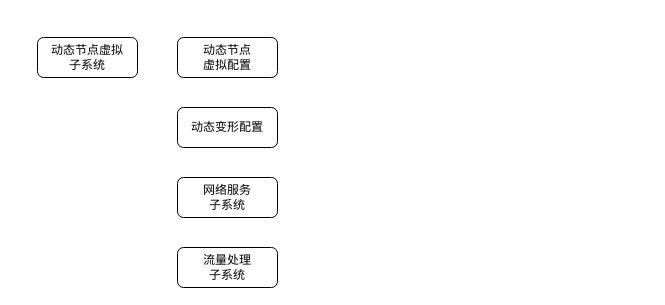
This is 管理平台子系统信息流程图.drawio from qiuqiu1234/my-test-pro, a draw.io file, before an edit. Source tidied: cells renumbered, new cells numbered last; positions are measured from the earlier drawing's top-left corner, leaving out a move shared by most shapes. Both pictures are drawn from the tidied source at 100%, with x=0, y=0 at pixel (37, 37).
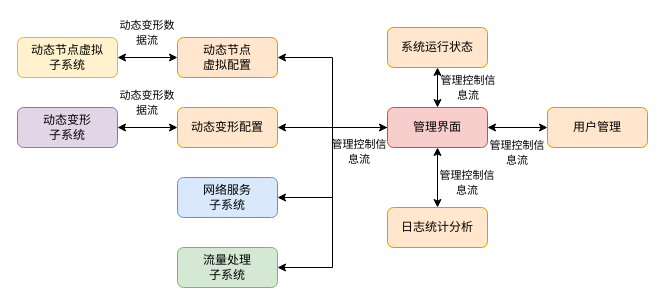
The same page after the edit.

Commit message (it also covers changes not shown here):
更新管理平台子系统信息流程图.drawio

Diff of the diagram source:
```diff
@@
-    <mxCell id="2" value="动态节点虚拟&lt;br&gt;子系统" style="rounded=1;whiteSpace=wrap;html=1;" parent="1" vertex="1">
-      <mxGeometry width="100" height="40" as="geometry" />
+    <mxCell id="2" value="动态节点虚拟&lt;br&gt;子系统" style="rounded=1;whiteSpace=wrap;html=1;fillColor=#fff2cc;strokeColor=#d6b656;" parent="1" vertex="1">
+      <mxGeometry x="-20" width="100" height="40" as="geometry" />
     </mxCell>
-    <mxCell id="3" value="动态节点&lt;br&gt;虚拟配置" style="rounded=1;whiteSpace=wrap;html=1;" parent="1" vertex="1">
+    <mxCell id="3" value="动态节点&lt;br&gt;虚拟配置" style="rounded=1;whiteSpace=wrap;html=1;fillColor=#ffe6cc;strokeColor=#d79b00;" parent="1" vertex="1">
       <mxGeometry x="140" width="100" height="40" as="geometry" />
     </mxCell>
-    <mxCell id="4" value="动态变形配置" style="rounded=1;whiteSpace=wrap;html=1;" parent="1" vertex="1">
+    <mxCell id="4" value="动态变形配置" style="rounded=1;whiteSpace=wrap;html=1;fillColor=#ffe6cc;strokeColor=#d79b00;" parent="1" vertex="1">
       <mxGeometry x="140" y="70" width="100" height="40" as="geometry" />
     </mxCell>
-    <mxCell id="5" value="网络服务&lt;br&gt;子系统" style="rounded=1;whiteSpace=wrap;html=1;" parent="1" vertex="1">
+    <mxCell id="5" value="网络服务&lt;br&gt;子系统" style="rounded=1;whiteSpace=wrap;html=1;fillColor=#dae8fc;strokeColor=#6c8ebf;" parent="1" vertex="1">
       <mxGeometry x="140" y="140" width="100" height="40" as="geometry" />
     </mxCell>
-    <mxCell id="6" value="流量处理&lt;br&gt;子系统" style="rounded=1;whiteSpace=wrap;html=1;" parent="1" vertex="1">
+    <mxCell id="6" value="流量处理&lt;br&gt;子系统" style="rounded=1;whiteSpace=wrap;html=1;fillColor=#d5e8d4;strokeColor=#82b366;" parent="1" vertex="1">
       <mxGeometry x="140" y="210" width="100" height="40" as="geometry" />
     </mxCell>
+    <mxCell id="7" value="动态变形&lt;br&gt;子系统" style="rounded=1;whiteSpace=wrap;html=1;fillColor=#e1d5e7;strokeColor=#9673a6;" parent="1" vertex="1">
+      <mxGeometry x="-20" y="70" width="100" height="40" as="geometry" />
+    </mxCell>
+    <mxCell id="8" value="系统运行状态" style="rounded=1;whiteSpace=wrap;html=1;fillColor=#ffe6cc;strokeColor=#d79b00;" parent="1" vertex="1">
+      <mxGeometry x="350" y="-10" width="100" height="40" as="geometry" />
+    </mxCell>
+    <mxCell id="9" style="edgeStyle=orthogonalEdgeStyle;rounded=0;jettySize=auto;html=1;exitX=0;exitY=0.5;exitDx=0;exitDy=0;entryX=1;entryY=0.5;entryDx=0;entryDy=0;" parent="1" edge="1" source="12" target="3">
+      <mxGeometry relative="1" as="geometry" />
+    </mxCell>
+    <mxCell id="10" style="edgeStyle=orthogonalEdgeStyle;rounded=0;jettySize=auto;html=1;exitX=0;exitY=0.5;exitDx=0;exitDy=0;entryX=1;entryY=0.5;entryDx=0;entryDy=0;" parent="1" edge="1" source="12" target="5">
+      <mxGeometry relative="1" as="geometry" />
+    </mxCell>
+    <mxCell id="11" style="edgeStyle=orthogonalEdgeStyle;rounded=0;jettySize=auto;html=1;exitX=0;exitY=0.5;exitDx=0;exitDy=0;entryX=1;entryY=0.5;entryDx=0;entryDy=0;" parent="1" edge="1" source="12" target="6">
+      <mxGeometry relative="1" as="geometry" />
+    </mxCell>
+    <mxCell id="12" value="管理界面" style="rounded=1;whiteSpace=wrap;html=1;fillColor=#f8cecc;strokeColor=#b85450;" parent="1" vertex="1">
+      <mxGeometry x="350" y="70" width="100" height="40" as="geometry" />
+    </mxCell>
+    <mxCell id="13" value="日志统计分析" style="rounded=1;whiteSpace=wrap;html=1;fillColor=#ffe6cc;strokeColor=#d79b00;" parent="1" vertex="1">
+      <mxGeometry x="350" y="170" width="100" height="40" as="geometry" />
+    </mxCell>
+    <mxCell id="14" value="用户管理" style="rounded=1;whiteSpace=wrap;html=1;fillColor=#ffe6cc;strokeColor=#d79b00;" parent="1" vertex="1">
+      <mxGeometry x="510" y="70" width="100" height="40" as="geometry" />
+    </mxCell>
+    <mxCell id="15" style="endArrow=classic;startArrow=classic;html=1;rounded=0;exitX=1;exitY=0.5;exitDx=0;exitDy=0;entryX=0;entryY=0.5;entryDx=0;entryDy=0;" parent="1" edge="1" source="2" target="3">
+      <mxGeometry relative="1" as="geometry" />
+    </mxCell>
+    <mxCell id="16" style="endArrow=classic;startArrow=classic;html=1;rounded=0;exitX=1;exitY=0.5;exitDx=0;exitDy=0;entryX=0;entryY=0.5;entryDx=0;entryDy=0;" parent="1" edge="1" source="7" target="4">
+      <mxGeometry relative="1" as="geometry" />
+    </mxCell>
+    <mxCell id="17" style="endArrow=classic;startArrow=classic;html=1;rounded=0;exitX=1;exitY=0.5;exitDx=0;exitDy=0;entryX=0;entryY=0.5;entryDx=0;entryDy=0;" parent="1" edge="1" source="12" target="14">
+      <mxGeometry relative="1" as="geometry" />
+    </mxCell>
+    <mxCell id="18" style="endArrow=classic;startArrow=classic;html=1;rounded=0;" parent="1" edge="1" source="12">
+      <mxGeometry relative="1" as="geometry">
+        <mxPoint x="400" y="170" as="targetPoint" />
+      </mxGeometry>
+    </mxCell>
+    <mxCell id="19" style="endArrow=classic;startArrow=classic;html=1;rounded=0;exitX=0.5;exitY=1;exitDx=0;exitDy=0;entryX=0.5;entryY=0;entryDx=0;entryDy=0;" parent="1" edge="1" source="8" target="12">
+      <mxGeometry relative="1" as="geometry" />
+    </mxCell>
+    <mxCell id="20" style="endArrow=classic;startArrow=classic;html=1;rounded=0;exitX=1;exitY=0.5;exitDx=0;exitDy=0;entryX=0;entryY=0.5;entryDx=0;entryDy=0;" parent="1" edge="1" source="4" target="12">
+      <mxGeometry relative="1" as="geometry" />
+    </mxCell>
+    <mxCell id="21" value="&lt;font style=&quot;font-size: 11px;&quot;&gt;管理控制信息流&lt;/font&gt;" style="text;html=1;strokeColor=none;fillColor=none;align=center;verticalAlign=middle;whiteSpace=wrap;rounded=0;" parent="1" vertex="1">
+      <mxGeometry x="400" y="130" width="60" height="30" as="geometry" />
+    </mxCell>
+    <mxCell id="22" value="&lt;font style=&quot;font-size: 11px;&quot;&gt;管理控制信息流&lt;/font&gt;" style="text;html=1;strokeColor=none;fillColor=none;align=center;verticalAlign=middle;whiteSpace=wrap;rounded=0;" parent="1" vertex="1">
+      <mxGeometry x="450" y="100" width="60" height="30" as="geometry" />
+    </mxCell>
+    <mxCell id="23" value="&lt;font style=&quot;font-size: 11px;&quot;&gt;管理控制信息流&lt;/font&gt;" style="text;html=1;strokeColor=none;fillColor=none;align=center;verticalAlign=middle;whiteSpace=wrap;rounded=0;" parent="1" vertex="1">
+      <mxGeometry x="401" y="35" width="60" height="30" as="geometry" />
+    </mxCell>
+    <mxCell id="24" value="&lt;font style=&quot;font-size: 11px;&quot;&gt;管理控制信息流&lt;/font&gt;" style="text;html=1;strokeColor=none;fillColor=none;align=center;verticalAlign=middle;whiteSpace=wrap;rounded=0;" parent="1" vertex="1">
+      <mxGeometry x="292" y="99" width="60" height="30" as="geometry" />
+    </mxCell>
+    <mxCell id="25" value="&lt;span style=&quot;font-size: 11px;&quot;&gt;动态变形数据流&lt;/span&gt;" style="text;html=1;strokeColor=none;fillColor=none;align=center;verticalAlign=middle;whiteSpace=wrap;rounded=0;" parent="1" vertex="1">
+      <mxGeometry x="80" y="-20" width="60" height="30" as="geometry" />
+    </mxCell>
+    <mxCell id="26" value="&lt;font style=&quot;font-size: 11px;&quot;&gt;动态变形数据流&lt;/font&gt;" style="text;html=1;strokeColor=none;fillColor=none;align=center;verticalAlign=middle;whiteSpace=wrap;rounded=0;" parent="1" vertex="1">
+      <mxGeometry x="80" y="50" width="60" height="30" as="geometry" />
+    </mxCell>
```
